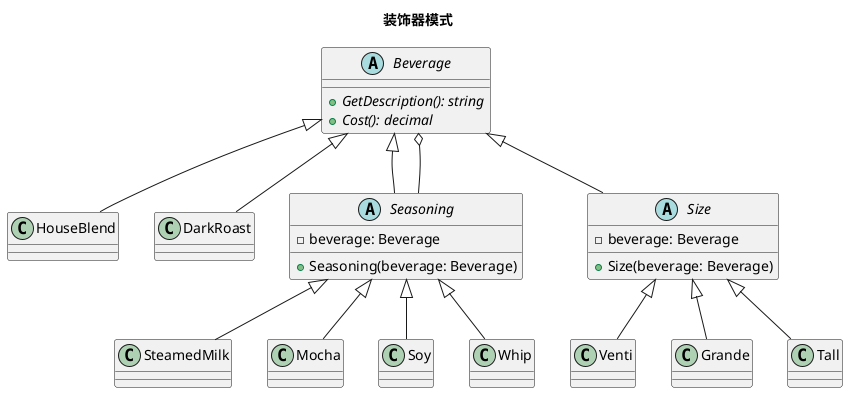
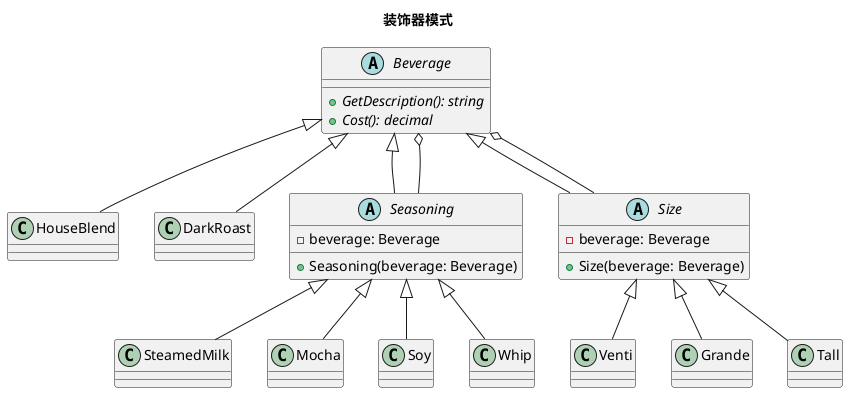
@startuml 装饰器模式
title 装饰器模式

' ==== 饮料
abstract class Beverage {
    + {abstract} GetDescription(): string
    + {abstract} Cost(): decimal
}

class HouseBlend extends Beverage {}

class DarkRoast extends Beverage {}

' ==== 调料
abstract class Seasoning extends Beverage {
    - beverage: Beverage
    + Seasoning(beverage: Beverage)
}

class SteamedMilk extends Seasoning {}
class Mocha extends Seasoning {}
class Soy extends Seasoning {}
class Whip extends Seasoning {}

' === 容量
abstract class Size extends Beverage {
    - beverage: Beverage
    + Size(beverage: Beverage)
}
class Venti extends Size {}
class Grande extends Size {}
class Tall extends Size {}


' ==== 关系
Seasoning --o Beverage
+ Size --o Beverage

@enduml